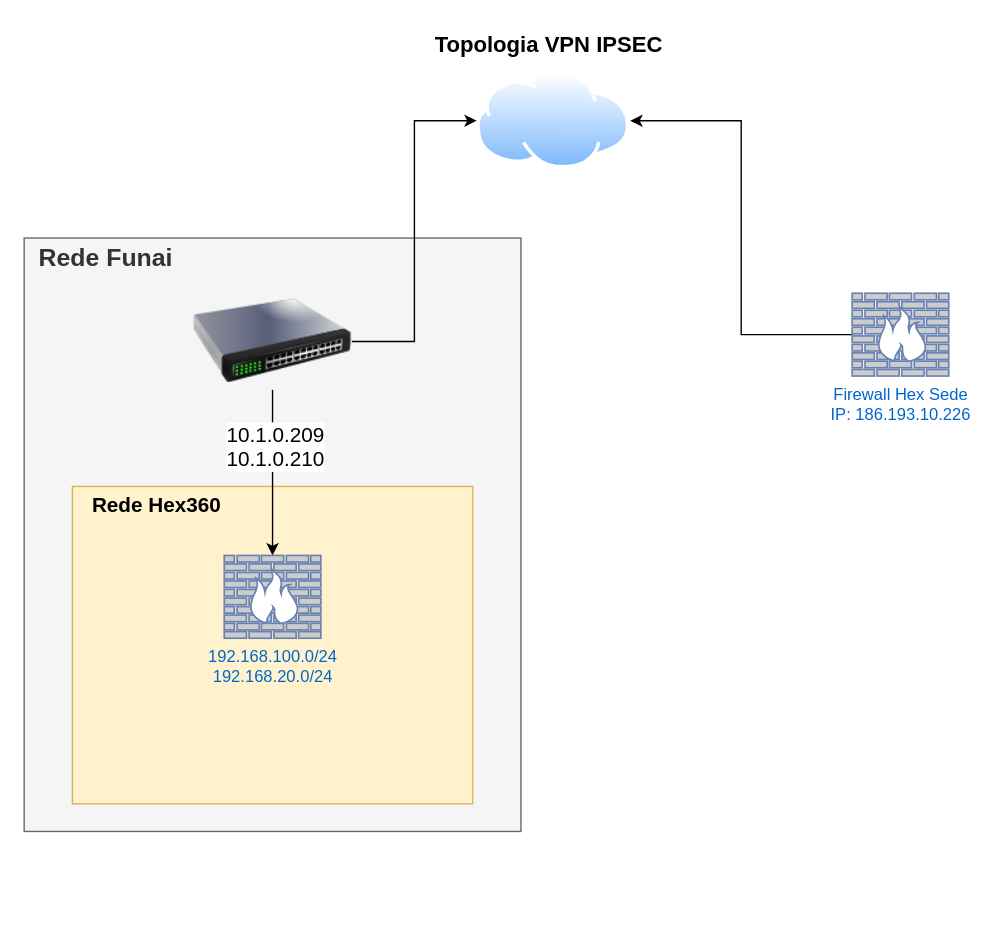
dionepcs/ghkskkdhsema keeps this draw.io diagram as vpn-funai-sede.drawio. Above is the earlier version. Source tidied: cells renumbered, new cells numbered last; positions are measured from the earlier drawing's top-left corner, leaving out a move shared by most shapes. Both pictures are drawn from the tidied source at 138%, with x=0, y=0 at pixel (23, 23).
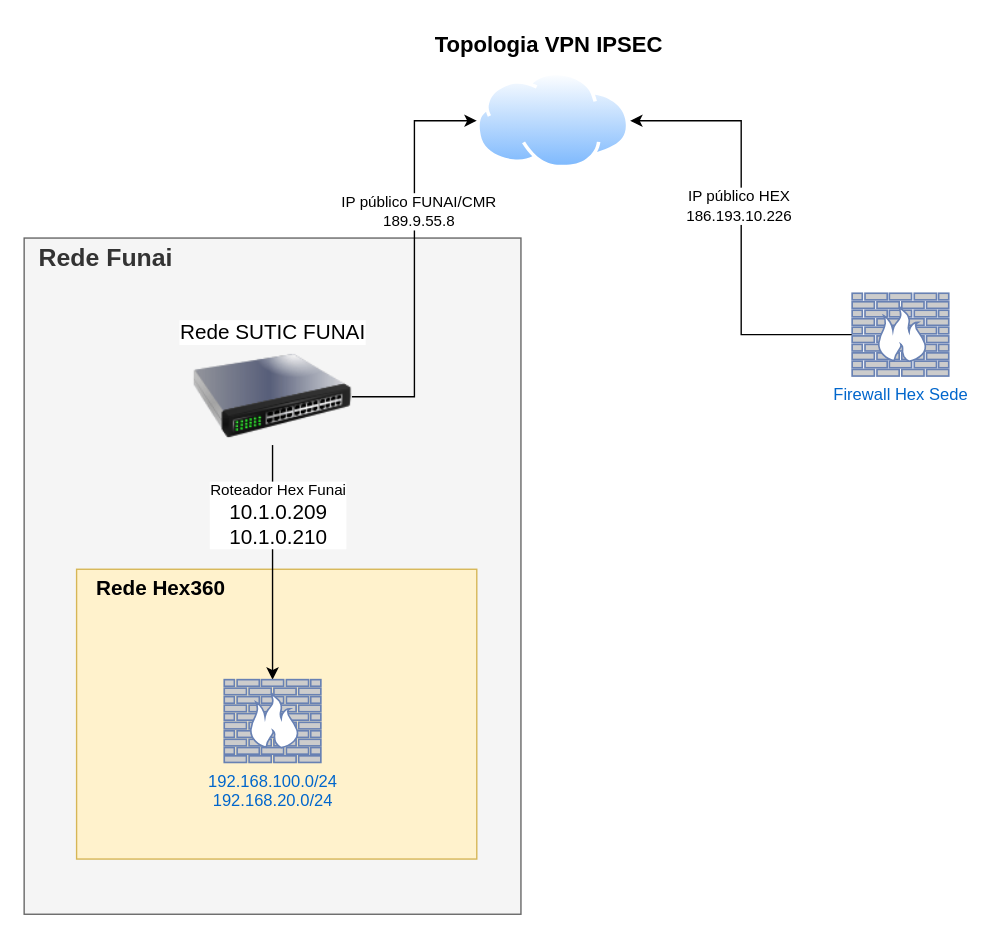
After the change.

The edit, as a diff of the source:
```diff
@@
 <mxGraphModel>
   <root>
     <mxCell id="0" />
     <mxCell id="1" parent="0" />
     <mxCell id="2" value="&lt;h2&gt;Rede Funai&lt;/h2&gt;" style="rounded=0;whiteSpace=wrap;html=1;fillColor=#f5f5f5;fontColor=#333333;strokeColor=#666666;labelPosition=left;verticalLabelPosition=top;align=right;verticalAlign=bottom;spacingBottom=-44;spacingRight=-110;spacingLeft=0;" parent="1" vertex="1">
-      <mxGeometry y="155" width="360" height="430" as="geometry" />
+      <mxGeometry y="155" width="360" height="490" as="geometry" />
     </mxCell>
     <mxCell id="3" style="perimeter=ellipsePerimeter;html=1;align=center;shadow=0;dashed=0;spacingTop=3;image;image=img/lib/active_directory/internet_cloud.svg;" parent="1" vertex="1">
       <mxGeometry x="328" y="35" width="111.1" height="70" as="geometry" />
     </mxCell>
     <mxCell id="4" style="edgeStyle=orthogonalEdgeStyle;rounded=0;jettySize=auto;html=1;entryX=1;entryY=0.5;entryDx=0;entryDy=0;" parent="1" edge="1" source="5" target="3">
       <mxGeometry relative="1" as="geometry" />
     </mxCell>
+    <mxCell id="13" value="IP público HEX&lt;br&gt;186.193.10.226" style="edgeLabel;html=1;align=center;verticalAlign=middle;" parent="4" vertex="1">
+      <mxGeometry x="0.1" y="2" relative="1" as="geometry" />
+    </mxCell>
-    <mxCell id="5" value="Firewall Hex Sede&lt;br&gt;IP: 186.193.10.226" style="fontColor=#0066CC;verticalAlign=top;verticalLabelPosition=bottom;labelPosition=center;align=center;html=1;outlineConnect=0;fillColor=#CCCCCC;strokeColor=#6881B3;gradientColor=none;gradientDirection=north;strokeWidth=2;shape=mxgraph.networks.firewall;" parent="1" vertex="1">
+    <mxCell id="5" value="Firewall Hex Sede" style="fontColor=#0066CC;verticalAlign=top;verticalLabelPosition=bottom;labelPosition=center;align=center;html=1;outlineConnect=0;fillColor=#CCCCCC;strokeColor=#6881B3;gradientColor=none;gradientDirection=north;strokeWidth=2;shape=mxgraph.networks.firewall;" parent="1" vertex="1">
       <mxGeometry x="600" y="195" width="70" height="60" as="geometry" />
     </mxCell>
     <mxCell id="6" value="Rede Hex360" style="rounded=0;whiteSpace=wrap;html=1;spacingBottom=-25;labelPosition=left;verticalLabelPosition=top;align=right;verticalAlign=bottom;fontSize=15;fontStyle=1;fillColor=#fff2cc;strokeColor=#d6b656;spacingRight=-110;" parent="1" vertex="1">
-      <mxGeometry x="35" y="335" width="290" height="230" as="geometry" />
+      <mxGeometry x="38" y="395" width="290" height="210" as="geometry" />
     </mxCell>
     <mxCell id="7" style="edgeStyle=orthogonalEdgeStyle;rounded=0;jettySize=auto;html=1;fontSize=15;entryX=0;entryY=0.5;entryDx=0;entryDy=0;" parent="1" edge="1" source="10" target="3">
       <mxGeometry relative="1" as="geometry" />
     </mxCell>
+    <mxCell id="14" value="IP público FUNAI/CMR&lt;br&gt;189.9.55.8" style="edgeLabel;html=1;align=center;verticalAlign=middle;" parent="7" vertex="1">
+      <mxGeometry x="0.24" y="-3" relative="1" as="geometry" />
+    </mxCell>
     <mxCell id="8" style="edgeStyle=orthogonalEdgeStyle;rounded=0;jettySize=auto;html=1;fontSize=15;" parent="1" edge="1" source="10" target="11">
       <mxGeometry relative="1" as="geometry" />
     </mxCell>
-    <mxCell id="9" value="10.1.0.209&lt;br&gt;10.1.0.210" style="edgeLabel;html=1;align=center;verticalAlign=middle;fontSize=15;" parent="8" vertex="1">
-      <mxGeometry x="-0.33" y="1" relative="1" as="geometry" />
-    </mxCell>
+    <mxCell id="15" value="Roteador Hex Funai&lt;br style=&quot;border-color: var(--border-color); font-size: 15px;&quot;&gt;&lt;span style=&quot;font-size: 15px;&quot;&gt;10.1.0.209&lt;/span&gt;&lt;br style=&quot;border-color: var(--border-color); font-size: 15px;&quot;&gt;&lt;span style=&quot;font-size: 15px;&quot;&gt;10.1.0.210&lt;/span&gt;" style="edgeLabel;html=1;align=center;verticalAlign=middle;" parent="8" vertex="1">
+      <mxGeometry x="0.34" y="2" relative="1" as="geometry">
+        <mxPoint x="1" y="-64" as="offset" />
+      </mxGeometry>
+    </mxCell>
-    <mxCell id="10" style="image;html=1;image=img/lib/clip_art/networking/Switch_128x128.png;fontSize=15;" parent="1" vertex="1">
-      <mxGeometry x="122.5" y="195" width="115" height="70" as="geometry" />
+    <mxCell id="10" value="Rede SUTIC FUNAI" style="image;html=1;image=img/lib/clip_art/networking/Switch_128x128.png;fontSize=15;labelPosition=center;verticalLabelPosition=top;align=center;verticalAlign=bottom;" parent="1" vertex="1">
+      <mxGeometry x="122.5" y="235" width="115" height="70" as="geometry" />
     </mxCell>
     <mxCell id="11" value="192.168.100.0/24&lt;br&gt;192.168.20.0/24" style="fontColor=#0066CC;verticalAlign=top;verticalLabelPosition=bottom;labelPosition=center;align=center;html=1;outlineConnect=0;fillColor=#CCCCCC;strokeColor=#6881B3;gradientColor=none;gradientDirection=north;strokeWidth=2;shape=mxgraph.networks.firewall;" parent="1" vertex="1">
-      <mxGeometry x="145" y="385" width="70" height="60" as="geometry" />
+      <mxGeometry x="145" y="475" width="70" height="60" as="geometry" />
     </mxCell>
     <mxCell id="12" value="Topologia VPN IPSEC" style="text;html=1;align=center;verticalAlign=middle;strokeColor=none;fillColor=none;fontSize=16;fontStyle=1;" parent="1" vertex="1">
       <mxGeometry x="285" width="190" height="30" as="geometry" />
     </mxCell>
   </root>
 </mxGraphModel>
```
